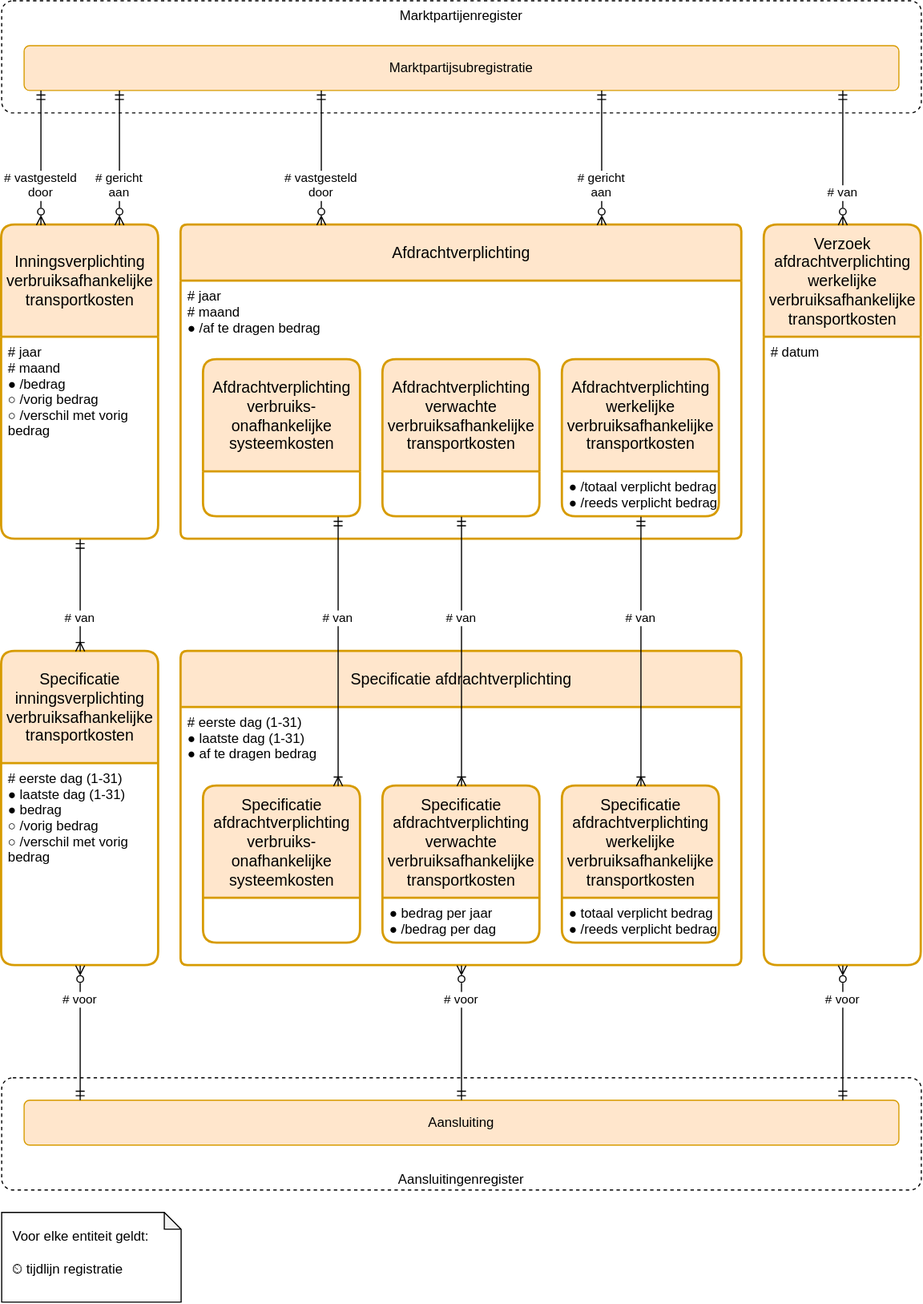
Earlier version of the draw.io export registers/afdrachtverplichtingenregister/1.0/afdrachtverplichtingenregister.drawio.svg (netbeheernederland/stelsel). Source tidied: cells renumbered, new cells last; positions are measured from the earlier drawing's top-left corner, leaving out a move shared by most shapes.
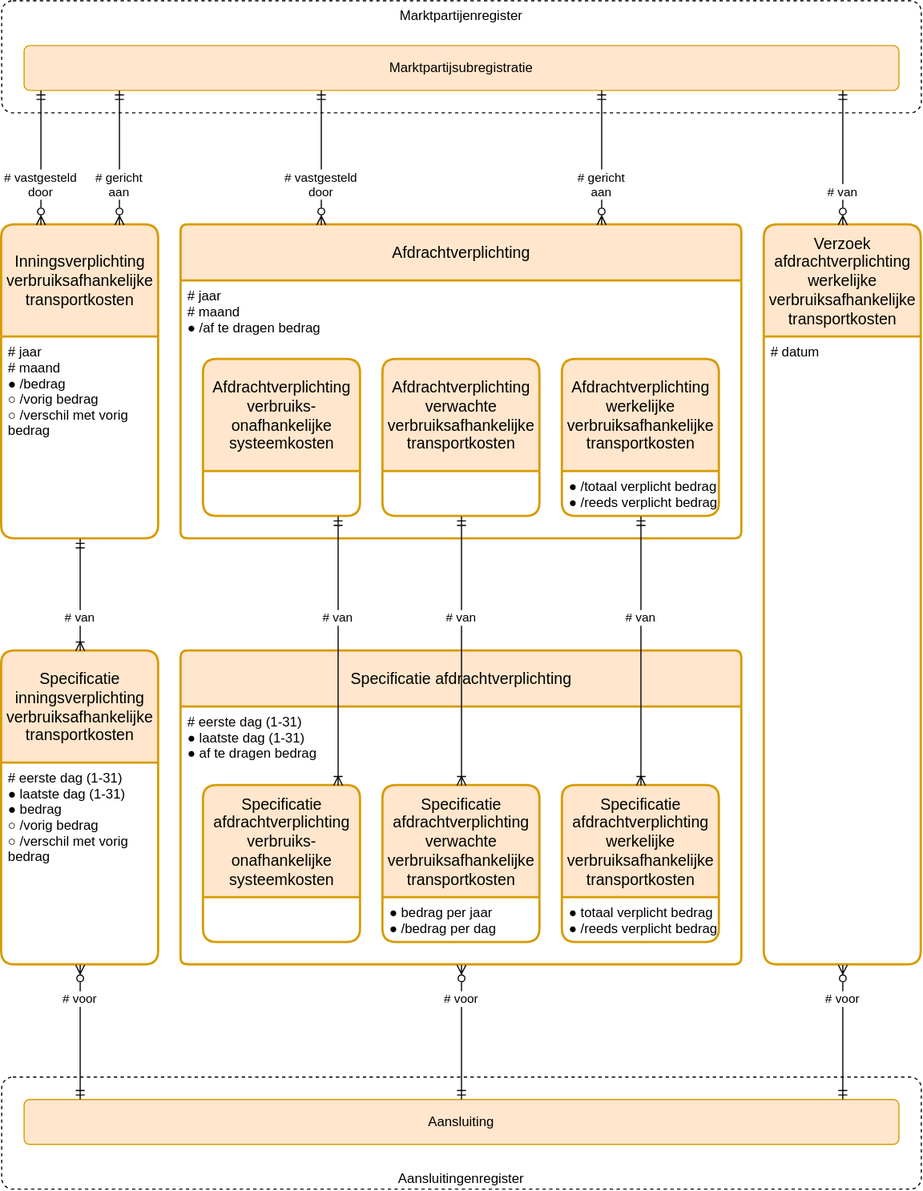
Above is the later version.

What changed in the source:
```diff
@@ -2,9 +2,6 @@
   <root>
     <mxCell id="0" />
     <mxCell id="1" parent="0" />
-    <mxCell id="2" value="Voor elke entiteit geldt:&#10;&#10;⏲ tijdlijn registratie" style="shape=note;whiteSpace=wrap;backgroundOutline=1;darkOpacity=0.05;align=left;verticalAlign=top;spacing=10;size=15;" parent="1" vertex="1">
-      <mxGeometry y="1080" width="160" height="80" as="geometry" />
-    </mxCell>
     <mxCell id="3" value="Specificatie afdrachtverplichting" style="swimlane;horizontal=1;startSize=50;rounded=1;fontSize=14;fontStyle=0;strokeWidth=2;shadow=0;dashed=0;align=center;arcSize=4;whiteSpace=wrap;spacing=10;fillColor=#ffe6cc;strokeColor=#d79b00;" parent="1" vertex="1">
       <mxGeometry x="160" y="580" width="500" height="280" as="geometry" />
     </mxCell>
```
